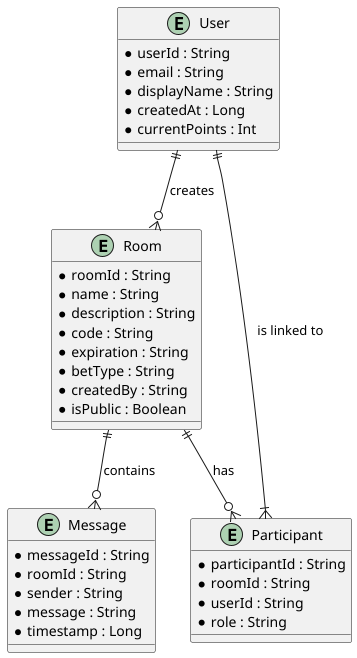
Before: app/src/Diagrams/ERD.png, a diagram exported from PlantUML (Sibo523/BetterTogether).
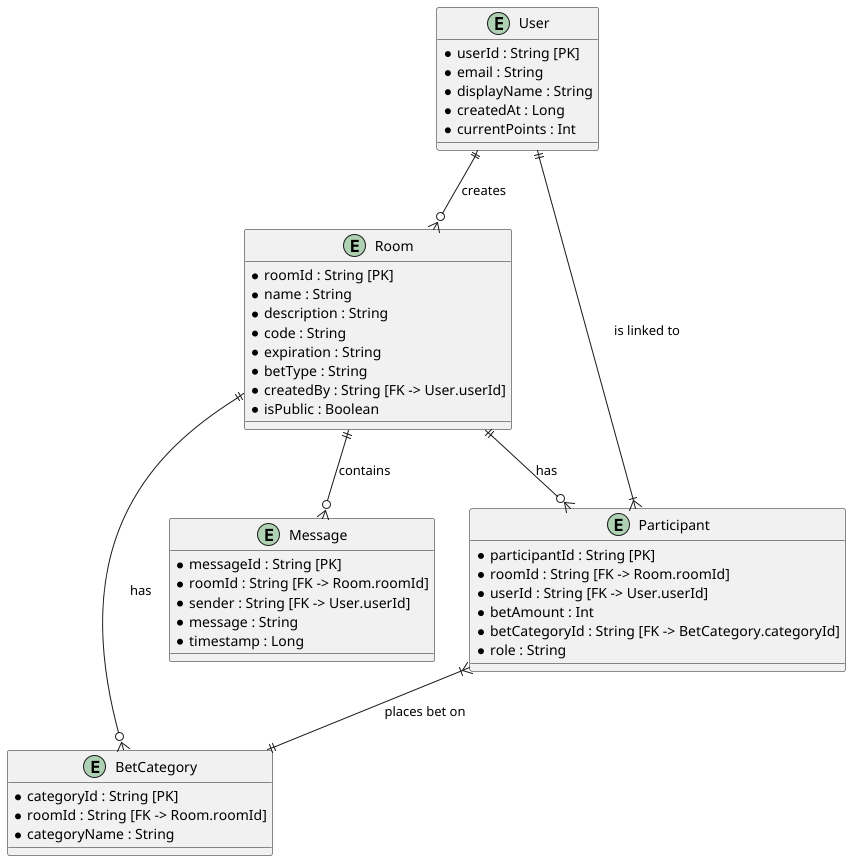
After the commit.

Diff of the diagram source:
```diff
@@ -1,6 +1,6 @@
 @startuml
 entity User {
-    * userId : String
+    * userId : String [PK]
     * email : String
     * displayName : String
     * createdAt : Long
@@ -8,33 +8,43 @@
 }
 
 entity Room {
-    * roomId : String
+    * roomId : String [PK]
     * name : String
     * description : String
     * code : String
     * expiration : String
     * betType : String
-    * createdBy : String
+    * createdBy : String [FK -> User.userId]
     * isPublic : Boolean
 }
 
+entity BetCategory {
+    * categoryId : String [PK]
+    * roomId : String [FK -> Room.roomId]
+    * categoryName : String
+}
+
 entity Message {
-    * messageId : String
-    * roomId : String
-    * sender : String
+    * messageId : String [PK]
+    * roomId : String [FK -> Room.roomId]
+    * sender : String [FK -> User.userId]
     * message : String
     * timestamp : Long
 }
 
 entity Participant {
-    * participantId : String
-    * roomId : String
-    * userId : String
+    * participantId : String [PK]
+    * roomId : String [FK -> Room.roomId]
+    * userId : String [FK -> User.userId]
+    * betAmount : Int
+    * betCategoryId : String [FK -> BetCategory.categoryId]
     * role : String
 }
 
 User ||--o{ Room : "creates"
 Room ||--o{ Message : "contains"
 Room ||--o{ Participant : "has"
+Room ||--o{ BetCategory : "has"
 Participant }|--|| User : "is linked to"
+Participant }|--|| BetCategory : "places bet on"
 @enduml
```
